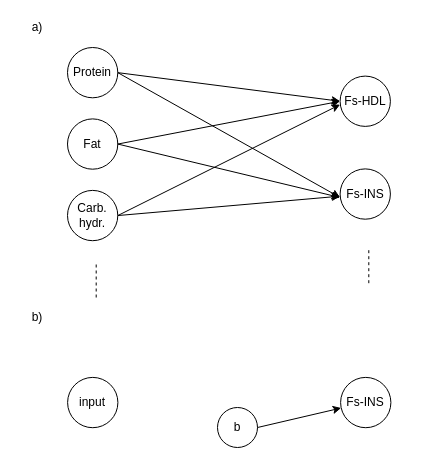
Before: MEBN.drawio in turkiaj/personal-effects-supplemental, a draw.io diagram. Source tidied: cells renumbered, new cells numbered last; positions are measured from the earlier drawing's top-left corner, leaving out a move shared by most shapes. Both pictures are drawn from the tidied source at 100%, with x=0, y=0 at pixel (17, 17).
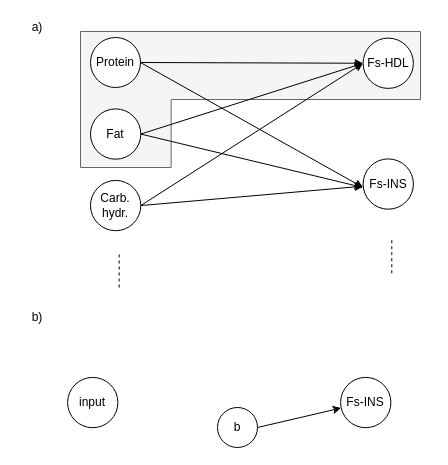
The same diagram, later.

Unchanged cells that the change refers to:
```xml
<mxCell id="6" value="Carb. hydr." style="ellipse;whiteSpace=wrap;html=1;" parent="2" vertex="1">
  <mxGeometry y="142.9" width="50.3" height="50.3" as="geometry" />
</mxCell>
```

Change to the diagram source:
```diff
@@
     <mxCell id="2" style="group;" parent="1" vertex="1">
-      <mxGeometry x="50" y="30" width="330" height="250" as="geometry" />
+      <mxGeometry x="73" y="20" width="341" height="250" as="geometry" />
     </mxCell>
+    <mxCell id="22" style="verticalLabelPosition=bottom;html=1;verticalAlign=top;align=center;shape=mxgraph.floorplan.desk_corner_2;fillColor=#f5f5f5;strokeColor=#666666;fontColor=#333333;" parent="2" vertex="1">
+      <mxGeometry x="-10" y="-6" width="340" height="136" as="geometry" />
+    </mxCell>
     <mxCell id="3" value="Protein" style="ellipse;whiteSpace=wrap;html=1;" parent="2" vertex="1">
-      <mxGeometry width="50.3" height="50.3" as="geometry" />
+      <mxGeometry width="50" height="50" as="geometry" />
     </mxCell>
     <mxCell id="4" value="Fs-HDL" style="ellipse;whiteSpace=wrap;html=1;" parent="2" vertex="1">
-      <mxGeometry x="272.6" y="28.6" width="50.3" height="50.3" as="geometry" />
+      <mxGeometry x="272.6" y="0.6" width="50.3" height="50.3" as="geometry" />
     </mxCell>
@@
-    <mxCell id="13" style="endArrow=classic;html=1;exitX=1;exitY=0.5;exitDx=0;exitDy=0;" parent="2" edge="1" source="6">
-      <mxGeometry relative="1" as="geometry">
-        <mxPoint x="272.6" y="57.1" as="targetPoint" />
-      </mxGeometry>
+    <mxCell id="13" style="endArrow=classic;html=1;exitX=1;exitY=0.5;exitDx=0;exitDy=0;entryX=0;entryY=0.5;entryDx=0;entryDy=0;" parent="2" edge="1" source="6" target="4">
+      <mxGeometry relative="1" as="geometry" />
     </mxCell>
```
